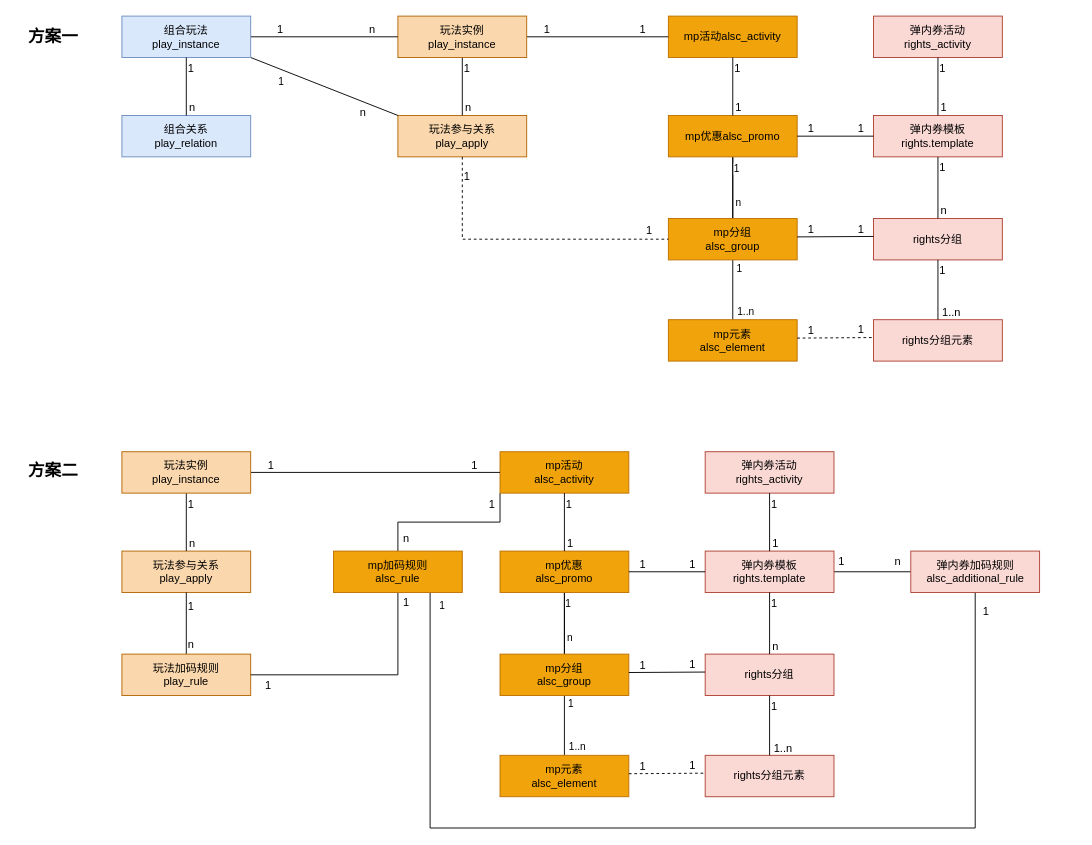
This is page "模型-商户加码" (2 of 3) of 超会爆红包融合.drawio from jon-kong/draw.io, a draw.io file, before an edit. Source tidied: cells renumbered, new cells numbered last; positions are measured from the earlier drawing's top-left corner, leaving out a move shared by most shapes. Both pictures are drawn from the tidied source at 92%, with x=0, y=0 at pixel (16, 16).
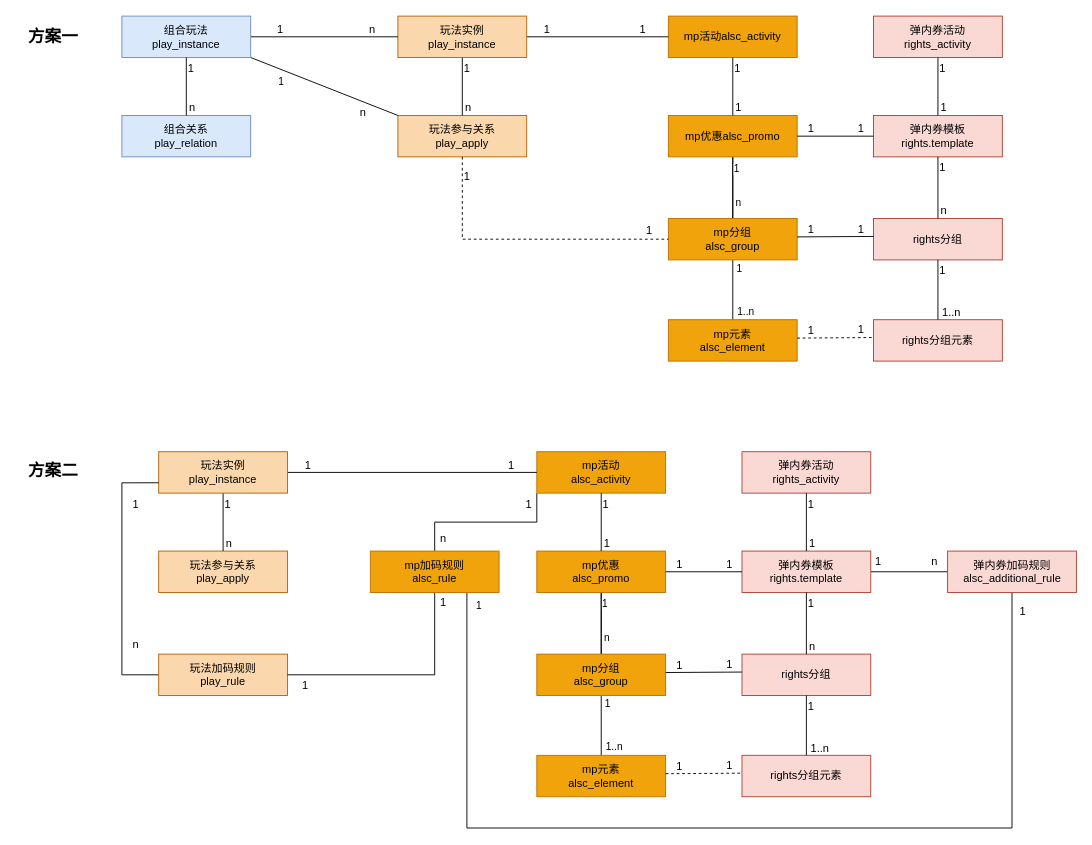
Above is the later version.

Commit message:
更新超会爆红包融合.drawio

Diff of the diagram source:
```diff
@@
     <mxCell id="64" value="mp活动&lt;br&gt;alsc_activity" style="rounded=0;whiteSpace=wrap;html=1;fillColor=#f0a30a;fontColor=#000000;strokeColor=#BD7000;" parent="1" vertex="1">
-      <mxGeometry x="526" y="473.5" width="140" height="45" as="geometry" />
+      <mxGeometry x="566" y="473.5" width="140" height="45" as="geometry" />
     </mxCell>
@@
     <mxCell id="69" value="mp优惠&lt;br&gt;alsc_promo" style="rounded=0;whiteSpace=wrap;html=1;fillColor=#f0a30a;fontColor=#000000;strokeColor=#BD7000;" parent="1" vertex="1">
-      <mxGeometry x="526" y="581.5" width="140" height="45" as="geometry" />
+      <mxGeometry x="566" y="581.5" width="140" height="45" as="geometry" />
     </mxCell>
     <mxCell id="70" value="弹内券活动&lt;br&gt;rights_activity" style="rounded=0;whiteSpace=wrap;html=1;fillColor=#fad9d5;strokeColor=#ae4132;" parent="1" vertex="1">
-      <mxGeometry x="749" y="473.5" width="140" height="45" as="geometry" />
+      <mxGeometry x="789" y="473.5" width="140" height="45" as="geometry" />
     </mxCell>
@@
     <mxCell id="72" value="弹内券模板&lt;br&gt;rights.template" style="rounded=0;whiteSpace=wrap;html=1;fillColor=#fad9d5;strokeColor=#ae4132;" parent="1" vertex="1">
-      <mxGeometry x="749" y="581.5" width="140" height="45" as="geometry" />
+      <mxGeometry x="789" y="581.5" width="140" height="45" as="geometry" />
     </mxCell>
@@
     <mxCell id="76" value="mp分组&lt;br&gt;alsc_group" style="rounded=0;whiteSpace=wrap;html=1;fillColor=#f0a30a;fontColor=#000000;strokeColor=#BD7000;" parent="1" vertex="1">
-      <mxGeometry x="526" y="693.5" width="140" height="45" as="geometry" />
+      <mxGeometry x="566" y="693.5" width="140" height="45" as="geometry" />
     </mxCell>
     <mxCell id="77" value="mp元素&lt;br&gt;alsc_element" style="rounded=0;whiteSpace=wrap;html=1;fillColor=#f0a30a;fontColor=#000000;strokeColor=#BD7000;" parent="1" vertex="1">
-      <mxGeometry x="526" y="803.5" width="140" height="45" as="geometry" />
+      <mxGeometry x="566" y="803.5" width="140" height="45" as="geometry" />
     </mxCell>
     <mxCell id="78" value="rights分组" style="rounded=0;whiteSpace=wrap;html=1;fillColor=#fad9d5;strokeColor=#ae4132;" parent="1" vertex="1">
-      <mxGeometry x="749" y="693.5" width="140" height="45" as="geometry" />
+      <mxGeometry x="789" y="693.5" width="140" height="45" as="geometry" />
     </mxCell>
     <mxCell id="79" value="rights分组元素" style="rounded=0;whiteSpace=wrap;html=1;fillColor=#fad9d5;strokeColor=#ae4132;" parent="1" vertex="1">
-      <mxGeometry x="749" y="803.5" width="140" height="45" as="geometry" />
+      <mxGeometry x="789" y="803.5" width="140" height="45" as="geometry" />
     </mxCell>
@@
     <mxCell id="95" style="endArrow=none;html=1;rounded=0;entryX=0;entryY=0.5;entryDx=0;entryDy=0;" parent="1" edge="1">
       <mxGeometry relative="1" as="geometry">
-        <mxPoint x="666" y="713.5" as="sourcePoint" />
-        <mxPoint x="749" y="713" as="targetPoint" />
+        <mxPoint x="706" y="713.5" as="sourcePoint" />
+        <mxPoint x="789" y="713" as="targetPoint" />
       </mxGeometry>
     </mxCell>
@@
     <mxCell id="98" style="endArrow=none;html=1;rounded=0;entryX=0;entryY=0.5;entryDx=0;entryDy=0;dashed=1;" parent="1" edge="1">
       <mxGeometry relative="1" as="geometry">
-        <mxPoint x="666" y="823.5" as="sourcePoint" />
-        <mxPoint x="749" y="822.9" as="targetPoint" />
+        <mxPoint x="706" y="823.5" as="sourcePoint" />
+        <mxPoint x="789" y="822.9" as="targetPoint" />
       </mxGeometry>
     </mxCell>
@@
     <mxCell id="101" value="玩法参与关系&lt;br&gt;play_apply" style="rounded=0;whiteSpace=wrap;html=1;fillColor=#fad7ac;strokeColor=#b46504;" parent="1" vertex="1">
-      <mxGeometry x="115" y="581.5" width="140" height="45" as="geometry" />
+      <mxGeometry x="155" y="581.5" width="140" height="45" as="geometry" />
     </mxCell>
@@
     <mxCell id="106" value="玩法实例&lt;br&gt;play_instance" style="rounded=0;whiteSpace=wrap;html=1;fillColor=#fad7ac;strokeColor=#b46504;" parent="1" vertex="1">
-      <mxGeometry x="115" y="473.5" width="140" height="45" as="geometry" />
+      <mxGeometry x="155" y="473.5" width="140" height="45" as="geometry" />
     </mxCell>
     <mxCell id="107" style="html=1;align=right;verticalAlign=bottom;" parent="1" vertex="1">
-      <mxGeometry x="175" y="496" as="geometry" />
+      <mxGeometry x="215" y="496" as="geometry" />
     </mxCell>
     <mxCell id="108" style="html=1;align=right;verticalAlign=bottom;" parent="1" vertex="1">
-      <mxGeometry x="175" y="604" as="geometry" />
+      <mxGeometry x="215" y="604" as="geometry" />
     </mxCell>
     <mxCell id="109" value="1" style="text;html=1;align=center;verticalAlign=middle;strokeColor=none;fillColor=none;" parent="1" vertex="1">
-      <mxGeometry x="262" y="473.5" width="30" height="30" as="geometry" />
+      <mxGeometry x="302" y="473.5" width="30" height="30" as="geometry" />
     </mxCell>
     <mxCell id="110" value="1" style="text;html=1;align=center;verticalAlign=middle;strokeColor=none;fillColor=none;" parent="1" vertex="1">
-      <mxGeometry x="483" y="473.5" width="30" height="30" as="geometry" />
+      <mxGeometry x="523" y="473.5" width="30" height="30" as="geometry" />
     </mxCell>
-    <mxCell id="111" style="edgeStyle=orthogonalEdgeStyle;rounded=0;jettySize=auto;html=1;exitX=0.5;exitY=1;exitDx=0;exitDy=0;endArrow=none;endFill=0;" parent="1" edge="1" source="101" target="115">
-      <mxGeometry relative="1" as="geometry" />
+    <mxCell id="111" style="edgeStyle=orthogonalEdgeStyle;rounded=0;jettySize=auto;html=1;exitX=0;exitY=0.75;exitDx=0;exitDy=0;endArrow=none;endFill=0;entryX=0;entryY=0.5;entryDx=0;entryDy=0;" parent="1" edge="1" source="106" target="115">
+      <mxGeometry relative="1" as="geometry">
+        <Array as="points">
+          <mxPoint x="115" y="507" />
+          <mxPoint x="115" y="716" />
+        </Array>
+      </mxGeometry>
     </mxCell>
     <mxCell id="112" value="1" style="text;html=1;align=center;verticalAlign=middle;strokeColor=none;fillColor=none;" parent="1" vertex="1">
-      <mxGeometry x="175" y="626.5" width="30" height="30" as="geometry" />
+      <mxGeometry x="115" y="516" width="30" height="30" as="geometry" />
     </mxCell>
     <mxCell id="113" value="n" style="text;html=1;align=center;verticalAlign=middle;strokeColor=none;fillColor=none;" parent="1" vertex="1">
-      <mxGeometry x="175" y="667.5" width="30" height="30" as="geometry" />
+      <mxGeometry x="115" y="667.5" width="30" height="30" as="geometry" />
     </mxCell>
@@
     <mxCell id="115" value="玩法加码规则&lt;br&gt;play_rule" style="rounded=0;whiteSpace=wrap;html=1;fillColor=#fad7ac;strokeColor=#b46504;" parent="1" vertex="1">
-      <mxGeometry x="115" y="693.5" width="140" height="45" as="geometry" />
+      <mxGeometry x="155" y="693.5" width="140" height="45" as="geometry" />
     </mxCell>
@@
     <mxCell id="117" style="edgeStyle=orthogonalEdgeStyle;rounded=0;jettySize=auto;html=1;exitX=0.75;exitY=1;exitDx=0;exitDy=0;entryX=0.5;entryY=1;entryDx=0;entryDy=0;endArrow=none;endFill=0;" parent="1" edge="1" source="119" target="124">
       <mxGeometry relative="1" as="geometry">
         <Array as="points">
-          <mxPoint x="450" y="882.5" />
-          <mxPoint x="1043" y="882.5" />
+          <mxPoint x="490" y="882.5" />
+          <mxPoint x="1083" y="882.5" />
         </Array>
       </mxGeometry>
     </mxCell>
@@
     <mxCell id="119" value="mp加码规则&lt;br&gt;alsc_rule" style="rounded=0;whiteSpace=wrap;html=1;fillColor=#f0a30a;fontColor=#000000;strokeColor=#BD7000;" parent="1" vertex="1">
-      <mxGeometry x="345" y="581.5" width="140" height="45" as="geometry" />
+      <mxGeometry x="385" y="581.5" width="140" height="45" as="geometry" />
     </mxCell>
     <mxCell id="120" value="1" style="text;html=1;align=center;verticalAlign=middle;strokeColor=none;fillColor=none;" parent="1" vertex="1">
-      <mxGeometry x="409" y="622.5" width="30" height="30" as="geometry" />
+      <mxGeometry x="449" y="622.5" width="30" height="30" as="geometry" />
     </mxCell>
     <mxCell id="121" value="1" style="text;html=1;align=center;verticalAlign=middle;strokeColor=none;fillColor=none;" parent="1" vertex="1">
-      <mxGeometry x="259" y="712.5" width="30" height="30" as="geometry" />
+      <mxGeometry x="299" y="712.5" width="30" height="30" as="geometry" />
     </mxCell>
     <mxCell id="122" value="1" style="text;html=1;align=center;verticalAlign=middle;strokeColor=none;fillColor=none;" parent="1" vertex="1">
-      <mxGeometry x="502" y="516" width="30" height="30" as="geometry" />
+      <mxGeometry x="542" y="516" width="30" height="30" as="geometry" />
     </mxCell>
     <mxCell id="123" value="n" style="text;html=1;align=center;verticalAlign=middle;strokeColor=none;fillColor=none;" parent="1" vertex="1">
-      <mxGeometry x="409" y="552.5" width="30" height="30" as="geometry" />
+      <mxGeometry x="449" y="552.5" width="30" height="30" as="geometry" />
     </mxCell>
     <mxCell id="124" value="弹内券加码规则&lt;br&gt;alsc_additional_rule" style="rounded=0;whiteSpace=wrap;html=1;fillColor=#fad9d5;strokeColor=#ae4132;" parent="1" vertex="1">
-      <mxGeometry x="972.5" y="581.5" width="140" height="45" as="geometry" />
+      <mxGeometry x="1012.5" y="581.5" width="140" height="45" as="geometry" />
     </mxCell>
     <mxCell id="125" value="1" style="text;html=1;align=center;verticalAlign=middle;strokeColor=none;fillColor=none;" parent="1" vertex="1">
-      <mxGeometry x="882" y="577.5" width="30" height="30" as="geometry" />
+      <mxGeometry x="922" y="577.5" width="30" height="30" as="geometry" />
     </mxCell>
     <mxCell id="126" value="n" style="text;html=1;align=center;verticalAlign=middle;strokeColor=none;fillColor=none;" parent="1" vertex="1">
-      <mxGeometry x="942.5" y="578" width="30" height="30" as="geometry" />
+      <mxGeometry x="982.5" y="578" width="30" height="30" as="geometry" />
     </mxCell>
     <mxCell id="127" value="1" style="text;html=1;align=center;verticalAlign=middle;strokeColor=none;fillColor=none;" parent="1" vertex="1">
-      <mxGeometry x="1039" y="632.5" width="30" height="30" as="geometry" />
+      <mxGeometry x="1079" y="632.5" width="30" height="30" as="geometry" />
     </mxCell>
```
